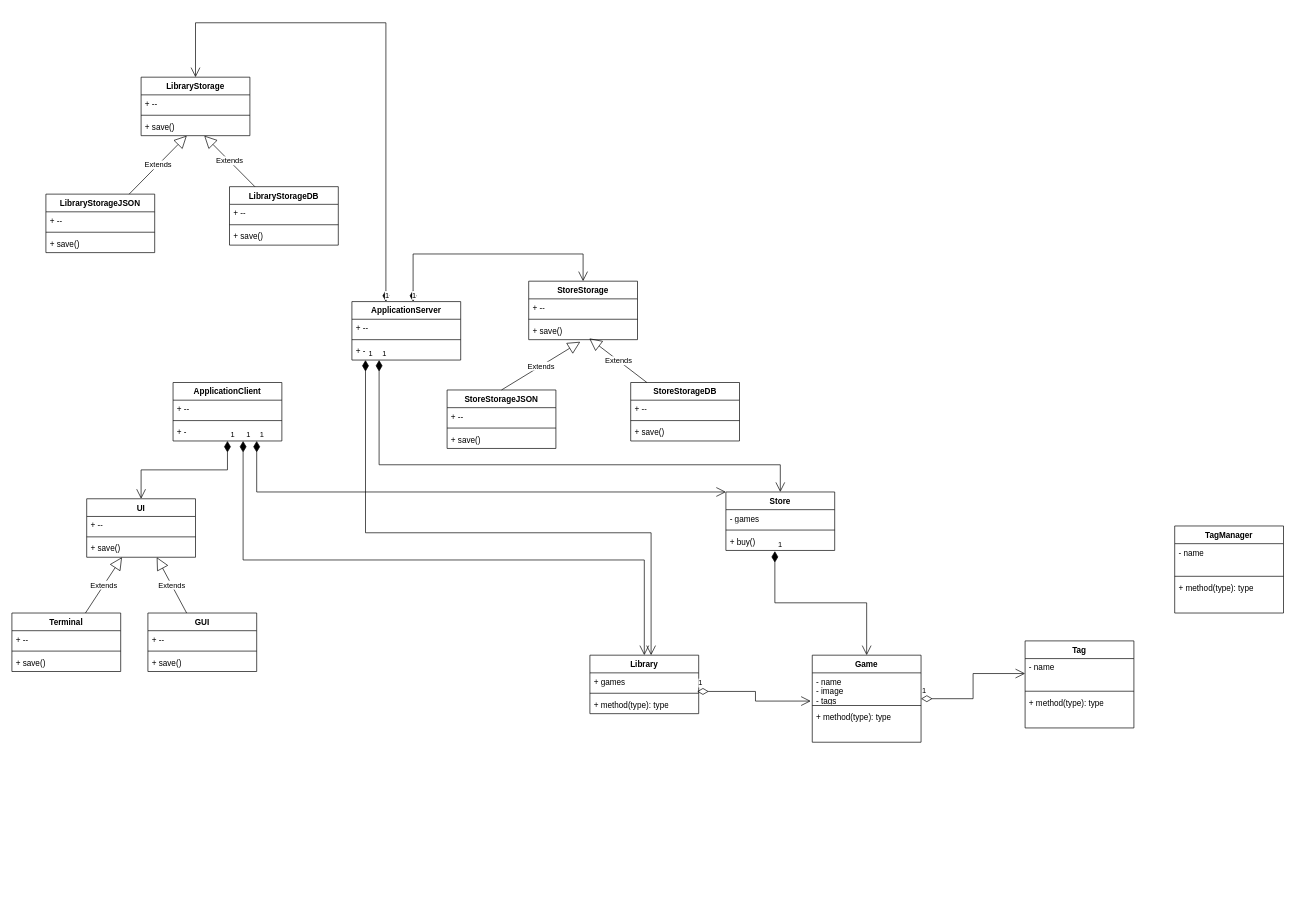
Before: gag-architecture.drawio in argonaultes-education/gag-python, a draw.io diagram. Source tidied: cells renumbered, new cells numbered last; positions are measured from the earlier drawing's top-left corner, leaving out a move shared by most shapes. Both pictures are drawn from the tidied source at 68%, with x=0, y=0 at pixel (12, 22).
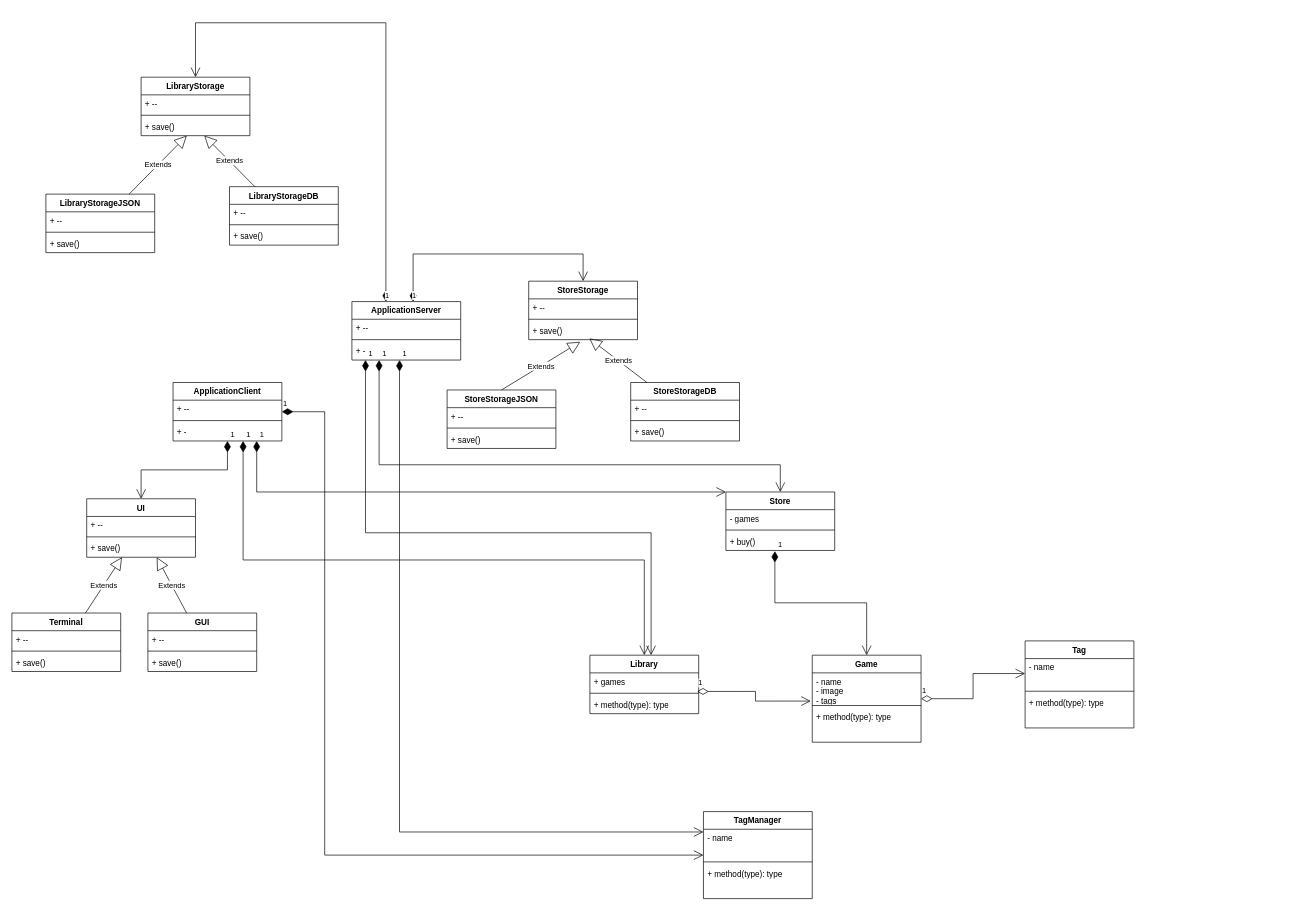
The same page after the edit.

Commit message:
tag manager added

The change refers to these unchanged cells:
```xml
<mxCell id="53" value="ApplicationClient" style="swimlane;fontStyle=1;align=center;verticalAlign=top;horizontal=1;startSize=26;whiteSpace=wrap;html=1;" parent="1" vertex="1">
  <mxGeometry x="237" y="529" width="160" height="86" as="geometry" />
</mxCell>
<mxCell id="76" value="ApplicationServer" style="swimlane;fontStyle=1;align=center;verticalAlign=top;horizontal=1;startSize=26;whiteSpace=wrap;html=1;" parent="1" vertex="1">
  <mxGeometry x="500" y="410" width="160" height="86" as="geometry" />
</mxCell>
```

Diff of the diagram source:
```diff
@@
     <mxCell id="16" value="TagManager" style="swimlane;fontStyle=1;align=center;verticalAlign=top;horizontal=1;startSize=26;whiteSpace=wrap;html=1;" parent="1" vertex="1">
-      <mxGeometry x="1710" y="740" width="160" height="128" as="geometry" />
+      <mxGeometry x="1017" y="1160" width="160" height="128" as="geometry" />
     </mxCell>
@@
+    <mxCell id="82" value="1" style="endArrow=open;html=1;endSize=12;startArrow=diamondThin;startSize=14;startFill=1;edgeStyle=orthogonalEdgeStyle;align=left;verticalAlign=bottom;rounded=0;" parent="1" edge="1" source="53" target="16">
+      <mxGeometry x="-1" y="3" relative="1" as="geometry">
+        <Array as="points">
+          <mxPoint x="460" y="572" />
+          <mxPoint x="460" y="1224" />
+        </Array>
+      </mxGeometry>
+    </mxCell>
+    <mxCell id="83" value="1" style="endArrow=open;html=1;endSize=12;startArrow=diamondThin;startSize=14;startFill=1;edgeStyle=orthogonalEdgeStyle;align=left;verticalAlign=bottom;rounded=0;" parent="1" edge="1" source="76" target="16">
+      <mxGeometry x="-1" y="3" relative="1" as="geometry">
+        <Array as="points">
+          <mxPoint x="570" y="1190" />
+        </Array>
+      </mxGeometry>
+    </mxCell>
```
